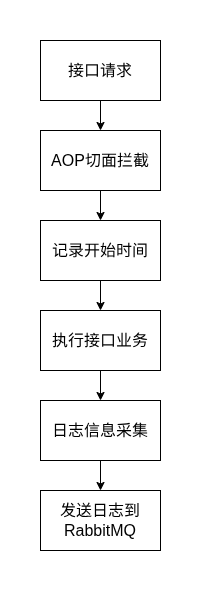
This is static/pic/flowchart/aop_log.drawio.png from hongch666/mix-web-demo, a draw.io export, as it was before one commit. Source tidied: cells renumbered, new cells last; positions are measured from the earlier drawing's top-left corner, leaving out a move shared by most shapes.
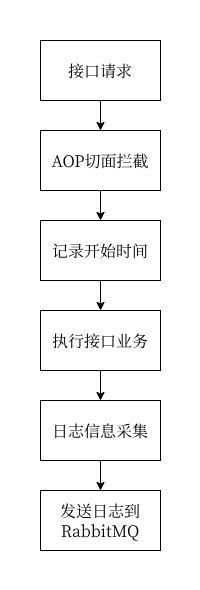
After the commit.

The edit, as a diff of the source:
```diff
@@ -2,49 +2,49 @@
   <root>
     <mxCell id="0" />
     <mxCell id="1" parent="0" />
-    <mxCell id="2" style="edgeStyle=none;html=1;exitX=0.5;exitY=1;exitDx=0;exitDy=0;entryX=0.5;entryY=0;entryDx=0;entryDy=0;" parent="1" edge="1" source="3" target="5">
+    <mxCell id="2" style="edgeStyle=none;html=1;exitX=0.5;exitY=1;exitDx=0;exitDy=0;entryX=0.5;entryY=0;entryDx=0;entryDy=0;fontFamily=宋体;" parent="1" edge="1" source="3" target="5">
       <mxGeometry relative="1" as="geometry" />
     </mxCell>
-    <mxCell id="3" value="接口请求" style="rounded=0;whiteSpace=wrap;html=1;fontSize=16;" parent="1" vertex="1">
+    <mxCell id="3" value="接口请求" style="rounded=0;whiteSpace=wrap;html=1;fontSize=16;fontFamily=宋体;" parent="1" vertex="1">
       <mxGeometry x="40" y="40" width="120" height="60" as="geometry" />
     </mxCell>
-    <mxCell id="4" style="edgeStyle=none;html=1;exitX=0.5;exitY=1;exitDx=0;exitDy=0;entryX=0.5;entryY=0;entryDx=0;entryDy=0;" parent="1" edge="1" source="5" target="7">
+    <mxCell id="4" style="edgeStyle=none;html=1;exitX=0.5;exitY=1;exitDx=0;exitDy=0;entryX=0.5;entryY=0;entryDx=0;entryDy=0;fontFamily=宋体;" parent="1" edge="1" source="5" target="7">
       <mxGeometry relative="1" as="geometry" />
     </mxCell>
-    <mxCell id="5" value="AOP切面拦截" style="rounded=0;whiteSpace=wrap;html=1;fontSize=16;" parent="1" vertex="1">
+    <mxCell id="5" value="AOP切面拦截" style="rounded=0;whiteSpace=wrap;html=1;fontSize=16;fontFamily=宋体;" parent="1" vertex="1">
       <mxGeometry x="40" y="130" width="120" height="60" as="geometry" />
     </mxCell>
-    <mxCell id="6" style="edgeStyle=none;html=1;exitX=0.5;exitY=1;exitDx=0;exitDy=0;entryX=0.5;entryY=0;entryDx=0;entryDy=0;" parent="1" edge="1" source="7" target="9">
+    <mxCell id="6" style="edgeStyle=none;html=1;exitX=0.5;exitY=1;exitDx=0;exitDy=0;entryX=0.5;entryY=0;entryDx=0;entryDy=0;fontFamily=宋体;" parent="1" edge="1" source="7" target="9">
       <mxGeometry relative="1" as="geometry" />
     </mxCell>
-    <mxCell id="7" value="记录开始时间" style="rounded=0;whiteSpace=wrap;html=1;fontSize=16;" parent="1" vertex="1">
+    <mxCell id="7" value="记录开始时间" style="rounded=0;whiteSpace=wrap;html=1;fontSize=16;fontFamily=宋体;" parent="1" vertex="1">
       <mxGeometry x="40" y="220" width="120" height="60" as="geometry" />
     </mxCell>
-    <mxCell id="8" style="edgeStyle=none;html=1;exitX=0.5;exitY=1;exitDx=0;exitDy=0;entryX=0.5;entryY=0;entryDx=0;entryDy=0;" parent="1" edge="1" source="9" target="11">
+    <mxCell id="8" style="edgeStyle=none;html=1;exitX=0.5;exitY=1;exitDx=0;exitDy=0;entryX=0.5;entryY=0;entryDx=0;entryDy=0;fontFamily=宋体;" parent="1" edge="1" source="9" target="11">
       <mxGeometry relative="1" as="geometry" />
     </mxCell>
-    <mxCell id="9" value="执行接口业务" style="rounded=0;whiteSpace=wrap;html=1;fontSize=16;" parent="1" vertex="1">
+    <mxCell id="9" value="执行接口业务" style="rounded=0;whiteSpace=wrap;html=1;fontSize=16;fontFamily=宋体;" parent="1" vertex="1">
       <mxGeometry x="40" y="310" width="120" height="60" as="geometry" />
     </mxCell>
-    <mxCell id="10" style="edgeStyle=none;html=1;exitX=0.5;exitY=1;exitDx=0;exitDy=0;entryX=0.5;entryY=0;entryDx=0;entryDy=0;" parent="1" edge="1" source="11" target="12">
+    <mxCell id="10" style="edgeStyle=none;html=1;exitX=0.5;exitY=1;exitDx=0;exitDy=0;entryX=0.5;entryY=0;entryDx=0;entryDy=0;fontFamily=宋体;" parent="1" edge="1" source="11" target="12">
       <mxGeometry relative="1" as="geometry" />
     </mxCell>
-    <mxCell id="11" value="日志信息采集" style="rounded=0;whiteSpace=wrap;html=1;fontSize=16;" parent="1" vertex="1">
+    <mxCell id="11" value="日志信息采集" style="rounded=0;whiteSpace=wrap;html=1;fontSize=16;fontFamily=宋体;" parent="1" vertex="1">
       <mxGeometry x="40" y="400" width="120" height="60" as="geometry" />
     </mxCell>
-    <mxCell id="12" value="发送日志到RabbitMQ" style="rounded=0;whiteSpace=wrap;html=1;fontSize=16;" parent="1" vertex="1">
+    <mxCell id="12" value="发送日志到RabbitMQ" style="rounded=0;whiteSpace=wrap;html=1;fontSize=16;fontFamily=宋体;" parent="1" vertex="1">
       <mxGeometry x="40" y="490" width="120" height="60" as="geometry" />
     </mxCell>
-    <mxCell id="13" style="rounded=0;whiteSpace=wrap;html=1;textOpacity=0;labelBorderColor=light-dark(#000000,#FFFFFF);fontColor=none;noLabel=1;strokeColor=none;" parent="1" vertex="1">
+    <mxCell id="13" style="rounded=0;whiteSpace=wrap;html=1;textOpacity=0;labelBorderColor=light-dark(#000000,#FFFFFF);fontColor=none;noLabel=1;strokeColor=none;fontFamily=宋体;" parent="1" vertex="1">
       <mxGeometry x="95" width="10" height="30" as="geometry" />
     </mxCell>
-    <mxCell id="14" style="rounded=0;whiteSpace=wrap;html=1;textOpacity=0;labelBorderColor=light-dark(#000000,#FFFFFF);fontColor=none;noLabel=1;strokeColor=none;" parent="1" vertex="1">
+    <mxCell id="14" style="rounded=0;whiteSpace=wrap;html=1;textOpacity=0;labelBorderColor=light-dark(#000000,#FFFFFF);fontColor=none;noLabel=1;strokeColor=none;fontFamily=宋体;" parent="1" vertex="1">
       <mxGeometry x="190" y="210" width="10" height="30" as="geometry" />
     </mxCell>
-    <mxCell id="15" style="rounded=0;whiteSpace=wrap;html=1;textOpacity=0;labelBorderColor=light-dark(#000000,#FFFFFF);fontColor=none;noLabel=1;strokeColor=none;" parent="1" vertex="1">
+    <mxCell id="15" style="rounded=0;whiteSpace=wrap;html=1;textOpacity=0;labelBorderColor=light-dark(#000000,#FFFFFF);fontColor=none;noLabel=1;strokeColor=none;fontFamily=宋体;" parent="1" vertex="1">
       <mxGeometry y="220" width="10" height="30" as="geometry" />
     </mxCell>
-    <mxCell id="16" style="rounded=0;whiteSpace=wrap;html=1;textOpacity=0;labelBorderColor=light-dark(#000000,#FFFFFF);fontColor=none;noLabel=1;strokeColor=none;" parent="1" vertex="1">
+    <mxCell id="16" style="rounded=0;whiteSpace=wrap;html=1;textOpacity=0;labelBorderColor=light-dark(#000000,#FFFFFF);fontColor=none;noLabel=1;strokeColor=none;fontFamily=宋体;" parent="1" vertex="1">
       <mxGeometry x="95" y="560" width="10" height="30" as="geometry" />
     </mxCell>
   </root>
```
